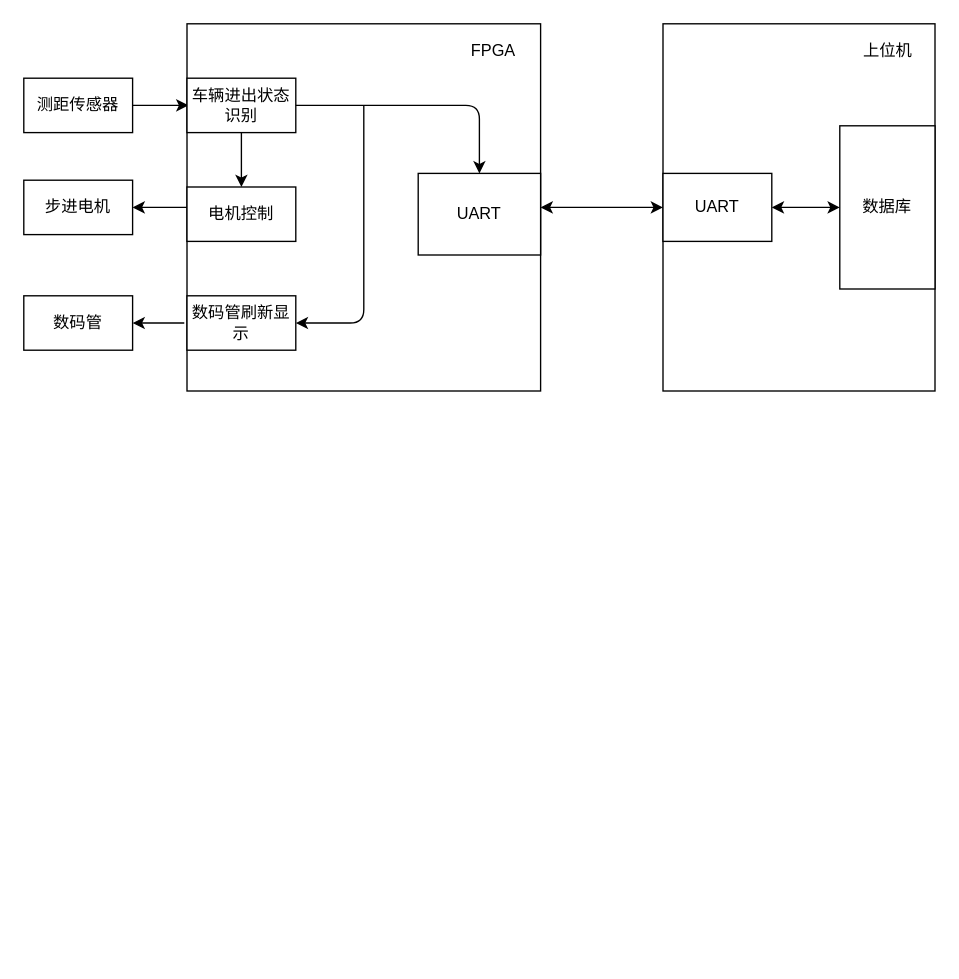
The draw.io diagram Untitled Diagram.drawio in wu-bai-guo/bi-ye-she-ji, before the edit. Source tidied: cells renumbered, new cells numbered last; positions are measured from the earlier drawing's top-left corner, leaving out a move shared by most shapes. Both pictures are drawn from the tidied source at 136%, with x=0, y=0 at pixel (23, 23).
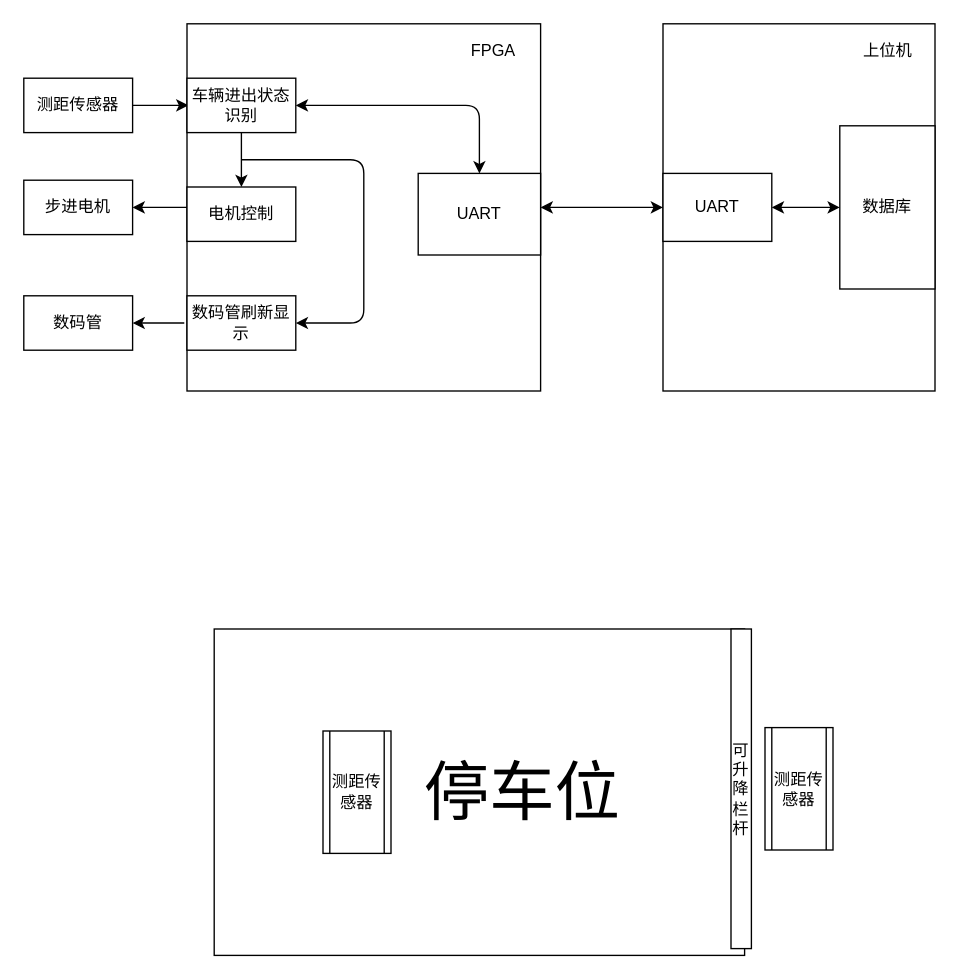
After the change.

Unchanged cells that the change refers to:
```xml
<mxCell id="6" value="车辆进出状态识别" style="whiteSpace=wrap;html=1;" parent="1" vertex="1">
  <mxGeometry x="120" y="40" width="80" height="40" as="geometry" />
</mxCell>
<mxCell id="11" value="UART" style="whiteSpace=wrap;html=1;" parent="1" vertex="1">
  <mxGeometry x="290" y="110" width="90" height="60" as="geometry" />
</mxCell>
<mxCell id="12" value="数码管刷新显示" style="whiteSpace=wrap;html=1;" parent="1" vertex="1">
  <mxGeometry x="120" y="200" width="80" height="40" as="geometry" />
</mxCell>
```

The edit, as a diff of the source:
```diff
@@
-    <mxCell id="15" style="endArrow=classic;html=1;exitX=1;exitY=0.5;exitDx=0;exitDy=0;entryX=0.5;entryY=0;entryDx=0;entryDy=0;" parent="1" edge="1" source="6" target="11">
-      <mxGeometry relative="1" as="geometry">
-        <Array as="points">
-          <mxPoint x="335" y="60" />
-        </Array>
-      </mxGeometry>
-    </mxCell>
     <mxCell id="16" style="endArrow=classic;html=1;entryX=1;entryY=0.5;entryDx=0;entryDy=0;" parent="1" edge="1" target="12">
       <mxGeometry relative="1" as="geometry">
-        <mxPoint x="250" y="60" as="sourcePoint" />
+        <mxPoint x="160" y="100" as="sourcePoint" />
         <Array as="points">
+          <mxPoint x="250" y="100" />
           <mxPoint x="250" y="220" />
         </Array>
       </mxGeometry>
     </mxCell>
@@
+    <mxCell id="15" style="endArrow=classic;startArrow=classic;html=1;exitX=1;exitY=0.5;exitDx=0;exitDy=0;entryX=0.5;entryY=0;entryDx=0;entryDy=0;" parent="1" edge="1" source="6" target="11">
+      <mxGeometry relative="1" as="geometry">
+        <Array as="points">
+          <mxPoint x="335" y="60" />
+        </Array>
+      </mxGeometry>
+    </mxCell>
+    <mxCell id="23" value="&amp;nbsp;&amp;nbsp;&amp;nbsp;&amp;nbsp;&amp;nbsp;&amp;nbsp;&amp;nbsp;&amp;nbsp;&amp;nbsp;&amp;nbsp;&amp;nbsp;&amp;nbsp;&amp;nbsp;&amp;nbsp;&amp;nbsp;&amp;nbsp;&amp;nbsp;&amp;nbsp; &lt;font style=&quot;font-size: 48px&quot;&gt;停车位&lt;/font&gt;" style="rounded=0;whiteSpace=wrap;html=1;sketch=0;" parent="1" vertex="1">
+      <mxGeometry x="140" y="445" width="390" height="240" as="geometry" />
+    </mxCell>
+    <mxCell id="24" value="测距传感器" style="shape=process;whiteSpace=wrap;html=1;backgroundOutline=1;rounded=0;sketch=0;" parent="1" vertex="1">
+      <mxGeometry x="220" y="520" width="50" height="90" as="geometry" />
+    </mxCell>
+    <mxCell id="25" value="测距传感器" style="shape=process;whiteSpace=wrap;html=1;backgroundOutline=1;rounded=0;sketch=0;" parent="1" vertex="1">
+      <mxGeometry x="545" y="517.5" width="50" height="90" as="geometry" />
+    </mxCell>
+    <mxCell id="26" style="endArrow=none;dashed=1;html=1;exitX=1.004;exitY=0.033;exitDx=0;exitDy=0;exitPerimeter=0;" parent="1" edge="1" source="23">
+      <mxGeometry relative="1" as="geometry">
+        <mxPoint x="530" y="680" as="targetPoint" />
+      </mxGeometry>
+    </mxCell>
+    <mxCell id="27" value="可升降栏杆" style="whiteSpace=wrap;html=1;rounded=0;sketch=0;" parent="1" vertex="1">
+      <mxGeometry x="520" y="445" width="15" height="235" as="geometry" />
+    </mxCell>
```
